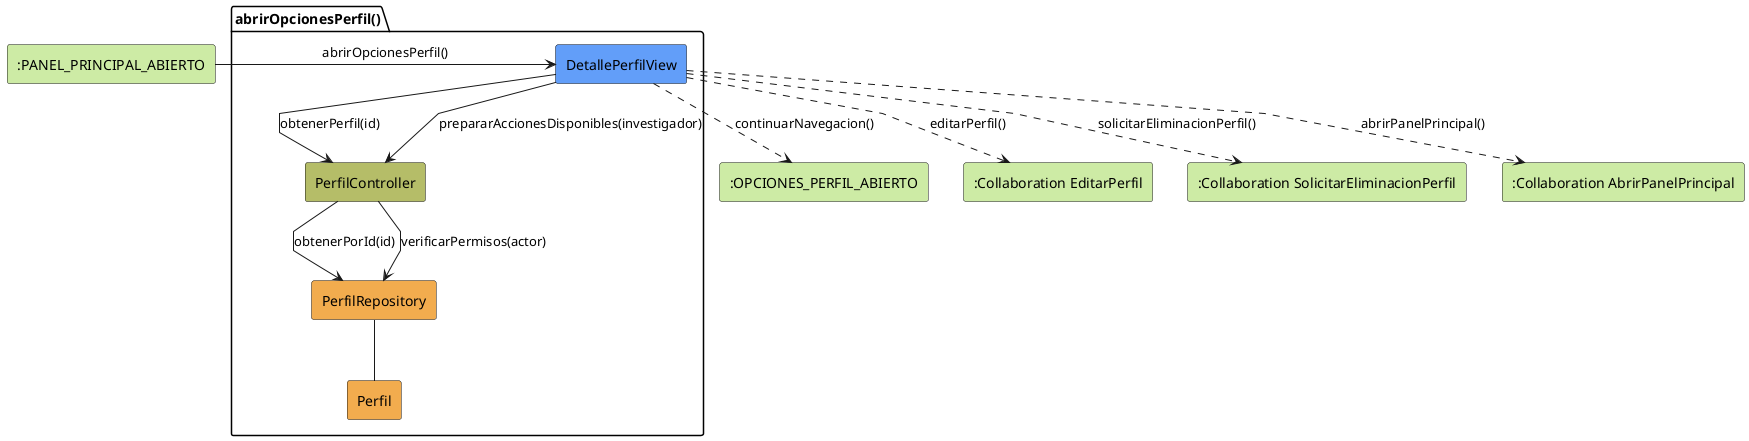
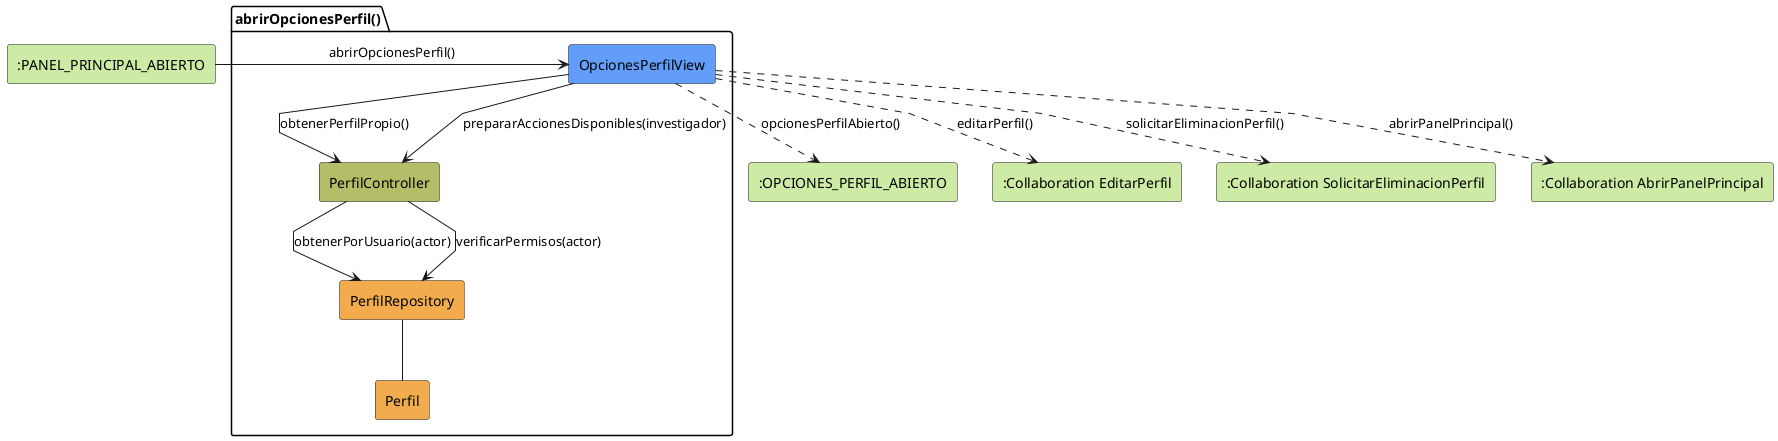
@startuml abrirOpcionesPerfil-analisis
skinparam linetype polyline

rectangle #CDEBA5 ":PANEL_PRINCIPAL_ABIERTO" as EstadoEntrada
package abrirOpcionesPerfil as "abrirOpcionesPerfil()" {
-     rectangle #629EF9 DetallePerfilView
+     rectangle #629EF9 OpcionesPerfilView
    rectangle #b5bd68 PerfilController
    rectangle #F2AC4E PerfilRepository
    rectangle #F2AC4E Perfil
}

rectangle #CDEBA5 ":OPCIONES_PERFIL_ABIERTO" as EstadoSalida
rectangle #CDEBA5 ":Collaboration EditarPerfil" as EditarPerfil
rectangle #CDEBA5 ":Collaboration SolicitarEliminacionPerfil" as SolicitarEliminacionPerfil
rectangle #CDEBA5 ":Collaboration AbrirPanelPrincipal" as AbrirPanelPrincipal

- EstadoEntrada -r-> DetallePerfilView: abrirOpcionesPerfil()
+ EstadoEntrada -r-> OpcionesPerfilView: abrirOpcionesPerfil()

- DetallePerfilView -d-> PerfilController: obtenerPerfil(id)
- DetallePerfilView --> PerfilController: prepararAccionesDisponibles(investigador)
- PerfilController --> PerfilRepository: obtenerPorId(id)
+ OpcionesPerfilView -d-> PerfilController: obtenerPerfilPropio()
+ OpcionesPerfilView --> PerfilController: prepararAccionesDisponibles(investigador)
+ PerfilController --> PerfilRepository: obtenerPorUsuario(actor)
PerfilController --> PerfilRepository: verificarPermisos(actor)
PerfilRepository -- Perfil
- DetallePerfilView ..> EstadoSalida: continuarNavegacion()
- DetallePerfilView ..> EditarPerfil: editarPerfil()
- DetallePerfilView ..> SolicitarEliminacionPerfil: solicitarEliminacionPerfil()
- DetallePerfilView ..> AbrirPanelPrincipal: abrirPanelPrincipal()
+ OpcionesPerfilView ..> EstadoSalida: opcionesPerfilAbierto()
+ OpcionesPerfilView ..> EditarPerfil: editarPerfil()
+ OpcionesPerfilView ..> SolicitarEliminacionPerfil: solicitarEliminacionPerfil()
+ OpcionesPerfilView ..> AbrirPanelPrincipal: abrirPanelPrincipal()

@enduml
